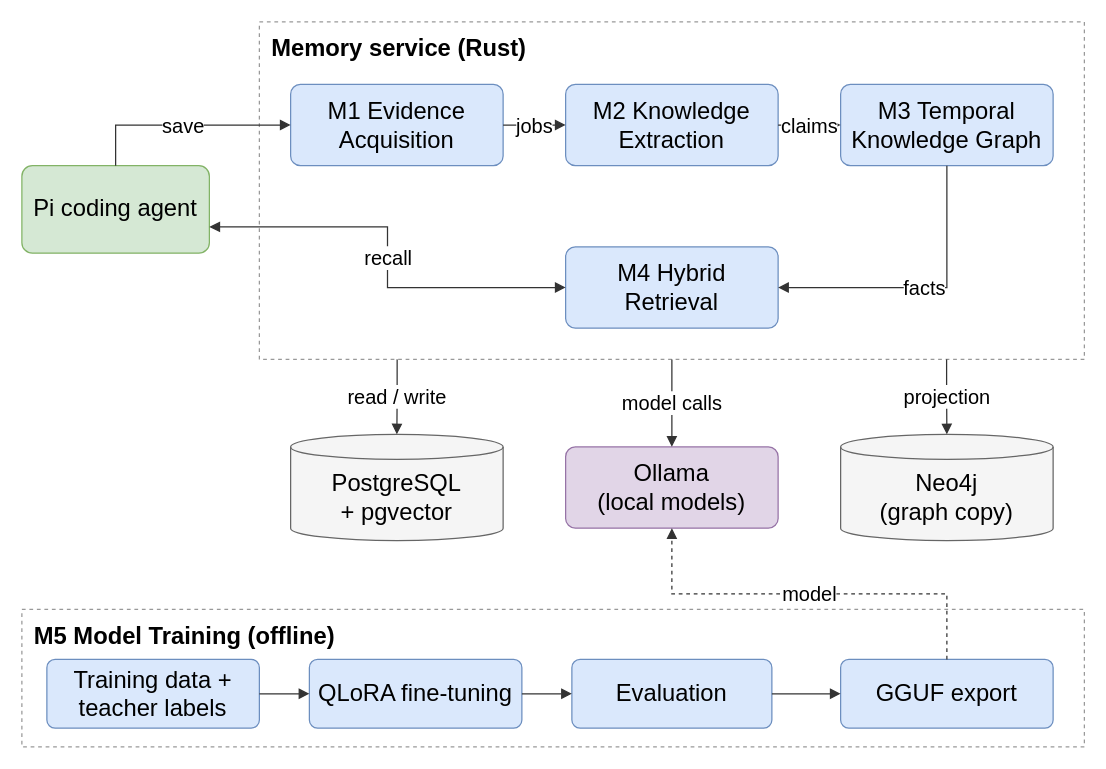
Before: report/diagrams/overall-architecture.drawio in aryaniyaps/sdp-2026, a draw.io diagram. Source tidied: cells renumbered, new cells numbered last; positions are measured from the earlier drawing's top-left corner, leaving out a move shared by most shapes. Both pictures are drawn from the tidied source at 125%, with x=0, y=0 at pixel (21, 21).
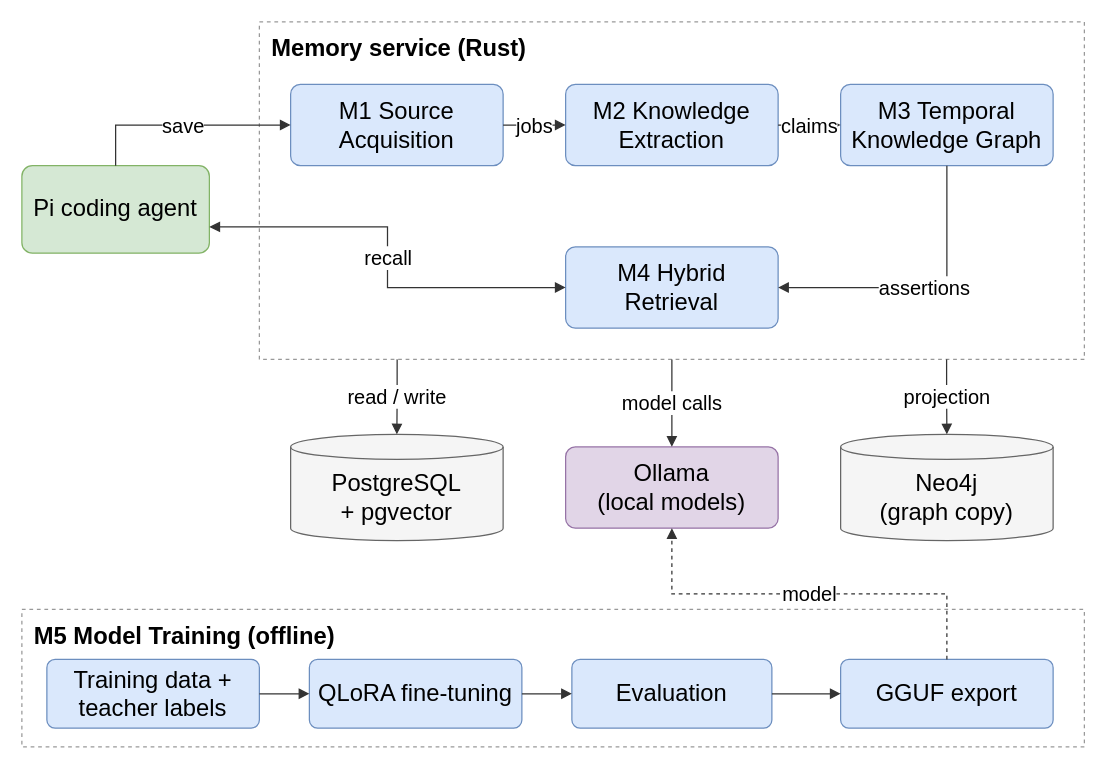
Above is the later version.

The change refers to these unchanged cells:
```xml
<mxCell id="6" value="M3 Temporal&lt;br&gt;Knowledge Graph" style="rounded=1;arcSize=12;fillColor=#dae8fc;strokeColor=#6c8ebf;fontSize=19;fontFamily=Helvetica;whiteSpace=wrap;html=1;" parent="1" vertex="1">
  <mxGeometry x="655" y="50" width="170" height="65" as="geometry" />
</mxCell>
<mxCell id="7" value="M4 Hybrid&lt;br&gt;Retrieval" style="rounded=1;arcSize=12;fillColor=#dae8fc;strokeColor=#6c8ebf;fontSize=19;fontFamily=Helvetica;whiteSpace=wrap;html=1;" parent="1" vertex="1">
  <mxGeometry x="435" y="180" width="170" height="65" as="geometry" />
</mxCell>
```

Change to the diagram source:
```diff
@@
-    <mxCell id="4" value="M1 Evidence&lt;br&gt;Acquisition" style="rounded=1;arcSize=12;fillColor=#dae8fc;strokeColor=#6c8ebf;fontSize=19;fontFamily=Helvetica;whiteSpace=wrap;html=1;" parent="1" vertex="1">
+    <mxCell id="4" value="M1 Source&lt;br&gt;Acquisition" style="rounded=1;arcSize=12;fillColor=#dae8fc;strokeColor=#6c8ebf;fontSize=19;fontFamily=Helvetica;whiteSpace=wrap;html=1;" parent="1" vertex="1">
       <mxGeometry x="215" y="50" width="170" height="65" as="geometry" />
     </mxCell>
@@
-    <mxCell id="20" value="facts" style="edgeStyle=orthogonalEdgeStyle;rounded=0;html=1;endArrow=block;endFill=1;strokeColor=#333333;fontSize=16;labelBackgroundColor=#ffffff;exitX=0.5;exitY=1;entryX=1;entryY=0.5;" parent="1" edge="1" source="6" target="7">
+    <mxCell id="20" value="assertions" style="edgeStyle=orthogonalEdgeStyle;rounded=0;html=1;endArrow=block;endFill=1;strokeColor=#333333;fontSize=16;labelBackgroundColor=#ffffff;exitX=0.5;exitY=1;entryX=1;entryY=0.5;" parent="1" edge="1" source="6" target="7">
       <mxGeometry relative="1" as="geometry" />
     </mxCell>
```
